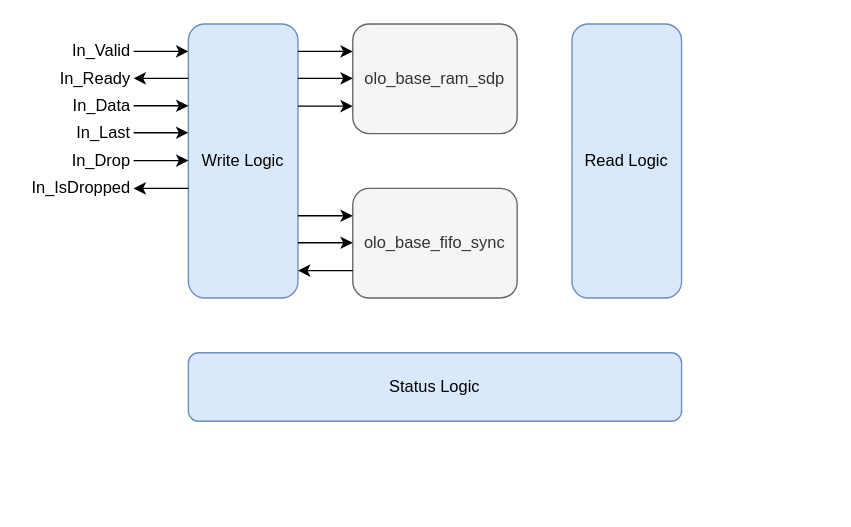
Above: page "olo_base_fifo_packet" (2 of 2) of doc/base/fifo/fifo.drawio in open-logic/open-logic (draw.io), before the change. Source tidied: cells renumbered, new cells numbered last; positions are measured from the earlier drawing's top-left corner, leaving out a move shared by most shapes. Both pictures are drawn from the tidied source at 137%, with x=0, y=0 at pixel (23, 23).
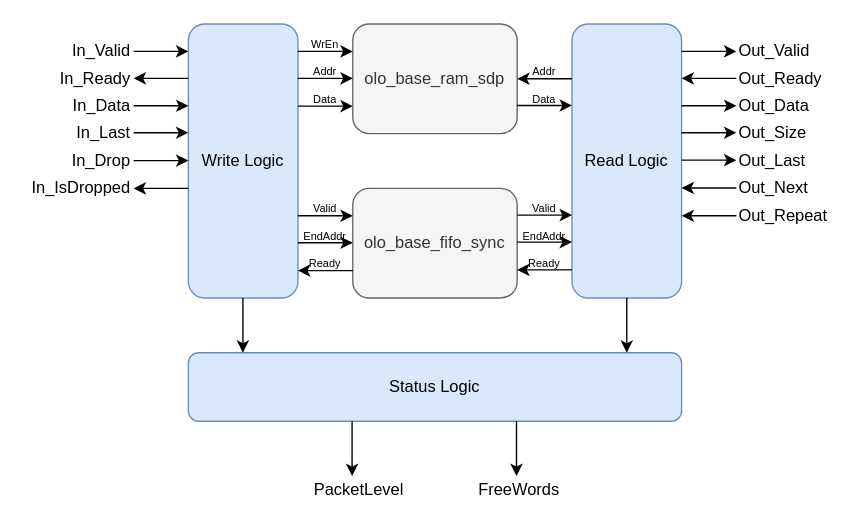
Above is the later version.

Commit message:
DOC: Add graphics sources for olo_base_fifo_pkg

The change refers to these unchanged cells:
```xml
<mxCell id="24" value="Read Logic" style="rounded=1;whiteSpace=wrap;html=1;fillColor=#dae8fc;strokeColor=#6c8ebf;fontColor=#000000;" parent="1" vertex="1">
  <mxGeometry x="400" width="80" height="200" as="geometry" />
</mxCell>
```

The edit, as a diff of the source:
```diff
@@
+    <mxCell id="25" value="WrEn" style="text;html=1;align=center;verticalAlign=middle;whiteSpace=wrap;rounded=0;fontSize=8;" parent="1" vertex="1">
+      <mxGeometry x="190" y="10" width="60" height="10" as="geometry" />
+    </mxCell>
+    <mxCell id="26" value="Addr" style="text;html=1;align=center;verticalAlign=middle;whiteSpace=wrap;rounded=0;fontSize=8;" parent="1" vertex="1">
+      <mxGeometry x="190" y="30" width="60" height="10" as="geometry" />
+    </mxCell>
+    <mxCell id="27" value="Data" style="text;html=1;align=center;verticalAlign=middle;whiteSpace=wrap;rounded=0;fontSize=8;" parent="1" vertex="1">
+      <mxGeometry x="190" y="50" width="60" height="10" as="geometry" />
+    </mxCell>
+    <mxCell id="28" value="Valid" style="text;html=1;align=center;verticalAlign=middle;whiteSpace=wrap;rounded=0;fontSize=8;" parent="1" vertex="1">
+      <mxGeometry x="190" y="130" width="60" height="10" as="geometry" />
+    </mxCell>
+    <mxCell id="29" value="EndAddr" style="text;html=1;align=center;verticalAlign=middle;whiteSpace=wrap;rounded=0;fontSize=8;" parent="1" vertex="1">
+      <mxGeometry x="190" y="150" width="60" height="10" as="geometry" />
+    </mxCell>
+    <mxCell id="30" value="Ready" style="text;html=1;align=center;verticalAlign=middle;whiteSpace=wrap;rounded=0;fontSize=8;" parent="1" vertex="1">
+      <mxGeometry x="190" y="170" width="60" height="10" as="geometry" />
+    </mxCell>
+    <mxCell id="31" style="endArrow=classic;html=1;rounded=0;" parent="1" edge="1">
+      <mxGeometry relative="1" as="geometry">
+        <mxPoint x="360" y="139.5" as="sourcePoint" />
+        <mxPoint x="400" y="139.5" as="targetPoint" />
+      </mxGeometry>
+    </mxCell>
+    <mxCell id="32" style="endArrow=classic;html=1;rounded=0;" parent="1" edge="1">
+      <mxGeometry relative="1" as="geometry">
+        <mxPoint x="360" y="159.2" as="sourcePoint" />
+        <mxPoint x="400" y="159.2" as="targetPoint" />
+      </mxGeometry>
+    </mxCell>
+    <mxCell id="33" style="endArrow=none;html=1;rounded=0;startArrow=classic;startFill=1;endFill=0;" parent="1" edge="1">
+      <mxGeometry relative="1" as="geometry">
+        <mxPoint x="360" y="179.5" as="sourcePoint" />
+        <mxPoint x="400" y="179.5" as="targetPoint" />
+      </mxGeometry>
+    </mxCell>
+    <mxCell id="34" value="Valid" style="text;html=1;align=center;verticalAlign=middle;whiteSpace=wrap;rounded=0;fontSize=8;" parent="1" vertex="1">
+      <mxGeometry x="350" y="129.5" width="60" height="10" as="geometry" />
+    </mxCell>
+    <mxCell id="35" value="EndAddr" style="text;html=1;align=center;verticalAlign=middle;whiteSpace=wrap;rounded=0;fontSize=8;" parent="1" vertex="1">
+      <mxGeometry x="350" y="149.5" width="60" height="10" as="geometry" />
+    </mxCell>
+    <mxCell id="36" value="Ready" style="text;html=1;align=center;verticalAlign=middle;whiteSpace=wrap;rounded=0;fontSize=8;" parent="1" vertex="1">
+      <mxGeometry x="350" y="169.5" width="60" height="10" as="geometry" />
+    </mxCell>
+    <mxCell id="37" style="endArrow=none;html=1;rounded=0;startArrow=classic;startFill=1;endFill=0;" parent="1" edge="1">
+      <mxGeometry relative="1" as="geometry">
+        <mxPoint x="360" y="40" as="sourcePoint" />
+        <mxPoint x="400" y="40" as="targetPoint" />
+      </mxGeometry>
+    </mxCell>
+    <mxCell id="38" style="endArrow=classic;html=1;rounded=0;" parent="1" edge="1">
+      <mxGeometry relative="1" as="geometry">
+        <mxPoint x="360" y="59.5" as="sourcePoint" />
+        <mxPoint x="400" y="59.5" as="targetPoint" />
+      </mxGeometry>
+    </mxCell>
+    <mxCell id="39" value="Data" style="text;html=1;align=center;verticalAlign=middle;whiteSpace=wrap;rounded=0;fontSize=8;" parent="1" vertex="1">
+      <mxGeometry x="350" y="49.5" width="60" height="10" as="geometry" />
+    </mxCell>
+    <mxCell id="40" value="Addr" style="text;html=1;align=center;verticalAlign=middle;whiteSpace=wrap;rounded=0;fontSize=8;" parent="1" vertex="1">
+      <mxGeometry x="350" y="30" width="60" height="10" as="geometry" />
+    </mxCell>
+    <mxCell id="41" style="endArrow=classic;html=1;rounded=0;" parent="1" edge="1">
+      <mxGeometry relative="1" as="geometry">
+        <mxPoint x="480" y="20" as="sourcePoint" />
+        <mxPoint x="520" y="20" as="targetPoint" />
+      </mxGeometry>
+    </mxCell>
+    <mxCell id="42" style="endArrow=none;html=1;rounded=0;startArrow=classic;startFill=1;endFill=0;" parent="1" edge="1">
+      <mxGeometry relative="1" as="geometry">
+        <mxPoint x="480" y="39.7" as="sourcePoint" />
+        <mxPoint x="520" y="39.7" as="targetPoint" />
+      </mxGeometry>
+    </mxCell>
+    <mxCell id="43" style="endArrow=classic;html=1;rounded=0;" parent="1" edge="1">
+      <mxGeometry relative="1" as="geometry">
+        <mxPoint x="480" y="59.7" as="sourcePoint" />
+        <mxPoint x="520" y="59.7" as="targetPoint" />
+      </mxGeometry>
+    </mxCell>
+    <mxCell id="44" style="endArrow=classic;html=1;rounded=0;" parent="1" edge="1">
+      <mxGeometry relative="1" as="geometry">
+        <mxPoint x="480" y="99.4" as="sourcePoint" />
+        <mxPoint x="520" y="99.4" as="targetPoint" />
+      </mxGeometry>
+    </mxCell>
+    <mxCell id="45" style="endArrow=none;html=1;rounded=0;startArrow=classic;startFill=1;endFill=0;" parent="1" edge="1">
+      <mxGeometry relative="1" as="geometry">
+        <mxPoint x="480" y="119.7" as="sourcePoint" />
+        <mxPoint x="520" y="119.7" as="targetPoint" />
+      </mxGeometry>
+    </mxCell>
+    <mxCell id="46" style="endArrow=none;html=1;rounded=0;startArrow=classic;startFill=1;endFill=0;" parent="1" edge="1">
+      <mxGeometry relative="1" as="geometry">
+        <mxPoint x="480" y="140" as="sourcePoint" />
+        <mxPoint x="520" y="140" as="targetPoint" />
+      </mxGeometry>
+    </mxCell>
+    <mxCell id="47" value="Out_Valid" style="text;html=1;align=left;verticalAlign=middle;whiteSpace=wrap;rounded=0;" parent="1" vertex="1">
+      <mxGeometry x="520" y="10" width="60" height="20" as="geometry" />
+    </mxCell>
+    <mxCell id="48" value="Out_Last" style="text;html=1;align=left;verticalAlign=middle;whiteSpace=wrap;rounded=0;" parent="1" vertex="1">
+      <mxGeometry x="520" y="90" width="60" height="20" as="geometry" />
+    </mxCell>
+    <mxCell id="49" value="Out_Ready" style="text;html=1;align=left;verticalAlign=middle;whiteSpace=wrap;rounded=0;" parent="1" vertex="1">
+      <mxGeometry x="520" y="30" width="60" height="20" as="geometry" />
+    </mxCell>
+    <mxCell id="50" value="Out_Data" style="text;html=1;align=left;verticalAlign=middle;whiteSpace=wrap;rounded=0;" parent="1" vertex="1">
+      <mxGeometry x="520" y="50" width="60" height="20" as="geometry" />
+    </mxCell>
+    <mxCell id="51" value="Out_Next" style="text;html=1;align=left;verticalAlign=middle;whiteSpace=wrap;rounded=0;" parent="1" vertex="1">
+      <mxGeometry x="520" y="110" width="60" height="20" as="geometry" />
+    </mxCell>
+    <mxCell id="52" value="Out_Repeat" style="text;html=1;align=left;verticalAlign=middle;whiteSpace=wrap;rounded=0;" parent="1" vertex="1">
+      <mxGeometry x="520" y="130" width="60" height="20" as="geometry" />
+    </mxCell>
+    <mxCell id="53" style="endArrow=classic;html=1;rounded=0;" parent="1" edge="1">
+      <mxGeometry relative="1" as="geometry">
+        <mxPoint x="480" y="79.4" as="sourcePoint" />
+        <mxPoint x="520" y="79.4" as="targetPoint" />
+      </mxGeometry>
+    </mxCell>
+    <mxCell id="54" value="Out_Size" style="text;html=1;align=left;verticalAlign=middle;whiteSpace=wrap;rounded=0;" parent="1" vertex="1">
+      <mxGeometry x="520" y="70" width="60" height="20" as="geometry" />
+    </mxCell>
+    <mxCell id="55" style="endArrow=none;html=1;rounded=0;startArrow=classic;startFill=1;endFill=0;entryX=0.5;entryY=1;entryDx=0;entryDy=0;" parent="1" edge="1" target="24">
+      <mxGeometry relative="1" as="geometry">
+        <mxPoint x="440" y="240" as="sourcePoint" />
+      </mxGeometry>
+    </mxCell>
+    <mxCell id="56" style="endArrow=none;html=1;rounded=0;startArrow=classic;startFill=1;endFill=0;entryX=0.5;entryY=1;entryDx=0;entryDy=0;" parent="1" edge="1">
+      <mxGeometry relative="1" as="geometry">
+        <mxPoint x="159.8" y="240" as="sourcePoint" />
+        <mxPoint x="159.8" y="200" as="targetPoint" />
+      </mxGeometry>
+    </mxCell>
+    <mxCell id="57" style="endArrow=none;html=1;rounded=0;startArrow=classic;startFill=1;endFill=0;entryX=0.5;entryY=1;entryDx=0;entryDy=0;" parent="1" edge="1">
+      <mxGeometry relative="1" as="geometry">
+        <mxPoint x="359.5" y="330" as="sourcePoint" />
+        <mxPoint x="359.5" y="290" as="targetPoint" />
+      </mxGeometry>
+    </mxCell>
+    <mxCell id="58" style="endArrow=none;html=1;rounded=0;startArrow=classic;startFill=1;endFill=0;entryX=0.5;entryY=1;entryDx=0;entryDy=0;" parent="1" edge="1">
+      <mxGeometry relative="1" as="geometry">
+        <mxPoint x="239.5" y="330" as="sourcePoint" />
+        <mxPoint x="239.5" y="290" as="targetPoint" />
+      </mxGeometry>
+    </mxCell>
+    <mxCell id="59" value="PacketLevel" style="text;html=1;align=left;verticalAlign=middle;whiteSpace=wrap;rounded=0;" parent="1" vertex="1">
+      <mxGeometry x="210" y="330" width="60" height="20" as="geometry" />
+    </mxCell>
+    <mxCell id="60" value="FreeWords" style="text;html=1;align=left;verticalAlign=middle;whiteSpace=wrap;rounded=0;" parent="1" vertex="1">
+      <mxGeometry x="330" y="330" width="60" height="20" as="geometry" />
+    </mxCell>
```
